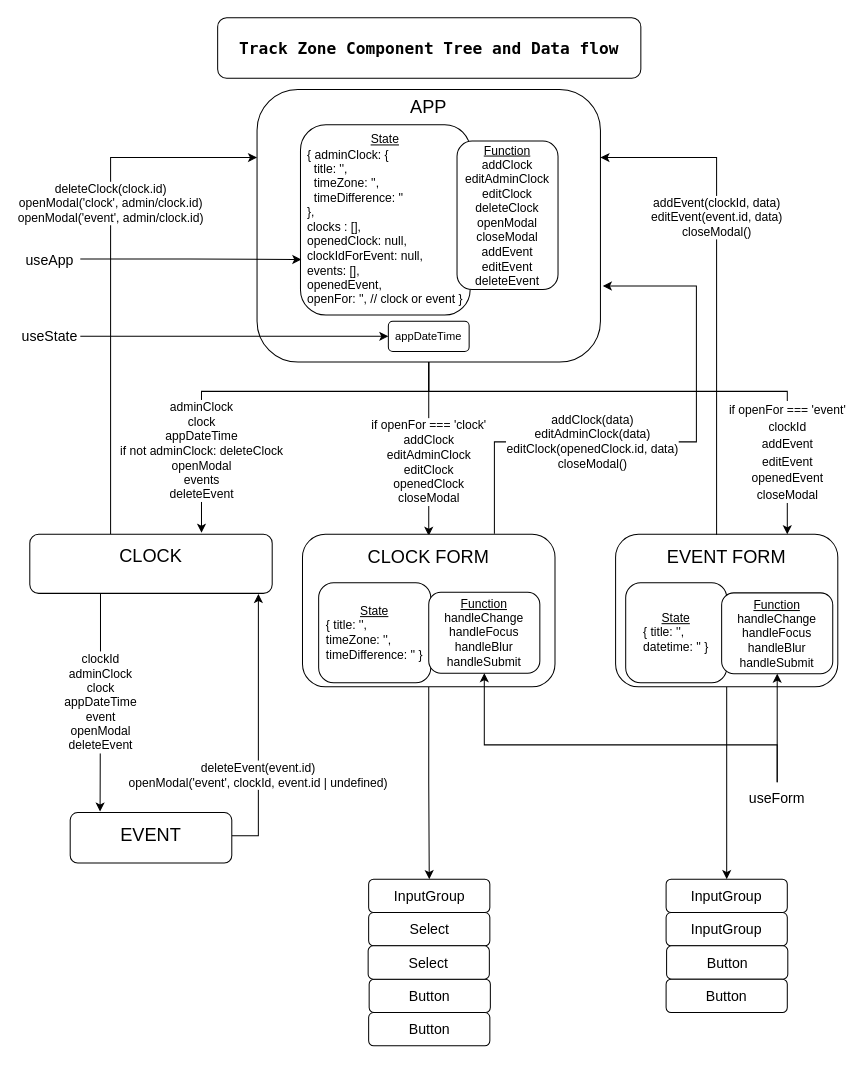
Above: Component Tree and Data Flow.drawio in rislammb/track-zone-test (draw.io), before the change. Source tidied: cells renumbered, new cells numbered last; positions are measured from the earlier drawing's top-left corner, leaving out a move shared by most shapes. Both pictures are drawn from the tidied source at 101%, with x=0, y=0 at pixel (19, 17).
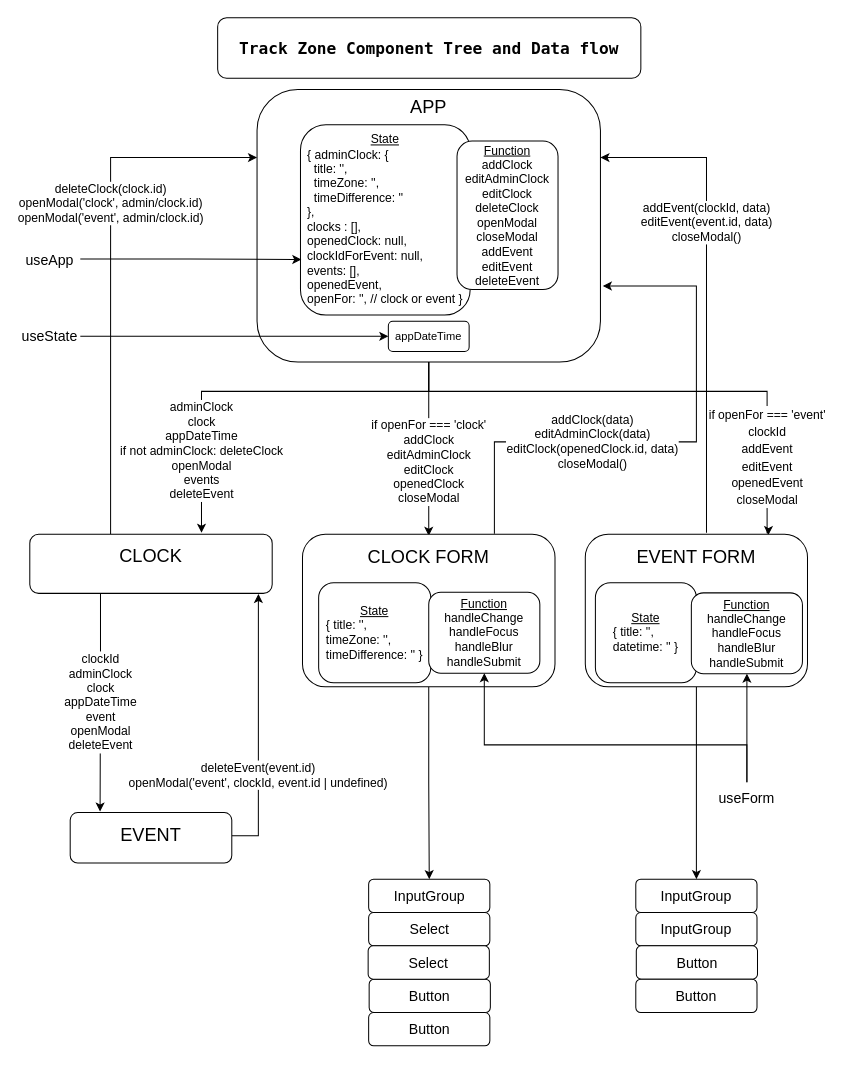
Above is the later version.

Unchanged cells that the change refers to:
```xml
<mxCell id="5" style="rounded=1;whiteSpace=wrap;html=1;" parent="1" vertex="1">
  <mxGeometry x="235" y="71" width="340" height="270" as="geometry" />
</mxCell>
<mxCell id="20" value="&lt;u&gt;Function&lt;/u&gt;&lt;br&gt;handleChange&lt;br&gt;handleFocus&lt;br&gt;handleBlur&lt;br&gt;handleSubmit" style="rounded=1;whiteSpace=wrap;html=1;fontSize=12;" parent="1" vertex="1">
  <mxGeometry x="405" y="569" width="110" height="80" as="geometry" />
</mxCell>
```

What changed in the source:
```diff
@@
-    <mxCell id="4" value="&lt;font style=&quot;font-size: 12px;&quot;&gt;if openFor === 'event'&lt;br style=&quot;border-color: var(--border-color);&quot;&gt;clockId&lt;br&gt;addEvent&lt;br style=&quot;border-color: var(--border-color);&quot;&gt;editEvent&lt;br&gt;openedEvent&lt;br style=&quot;border-color: var(--border-color);&quot;&gt;closeModal&lt;/font&gt;" style="edgeStyle=orthogonalEdgeStyle;rounded=0;jettySize=auto;html=1;fontSize=14;" parent="1" edge="1" source="5" target="29">
+    <mxCell id="4" value="&lt;font style=&quot;font-size: 12px;&quot;&gt;if openFor === 'event'&lt;br style=&quot;border-color: var(--border-color);&quot;&gt;clockId&lt;br&gt;addEvent&lt;br style=&quot;border-color: var(--border-color);&quot;&gt;editEvent&lt;br&gt;openedEvent&lt;br style=&quot;border-color: var(--border-color);&quot;&gt;closeModal&lt;/font&gt;" style="edgeStyle=orthogonalEdgeStyle;rounded=0;jettySize=auto;html=1;fontSize=14;entryX=0.824;entryY=0.005;entryDx=0;entryDy=0;entryPerimeter=0;" parent="1" edge="1" source="5" target="29">
       <mxGeometry x="0.69" relative="1" as="geometry">
         <Array as="points">
           <mxPoint x="405" y="370" />
-          <mxPoint x="760" y="370" />
+          <mxPoint x="740" y="370" />
+          <mxPoint x="740" y="510" />
+          <mxPoint x="741" y="510" />
         </Array>
       </mxGeometry>
     </mxCell>
@@
     <mxCell id="29" style="rounded=1;whiteSpace=wrap;html=1;fontSize=18;" parent="1" vertex="1">
-      <mxGeometry x="590" y="511.5" width="220" height="151" as="geometry" />
+      <mxGeometry x="560" y="511.5" width="220" height="151" as="geometry" />
     </mxCell>
     <mxCell id="30" value="addEvent(clockId, data)&lt;br&gt;editEvent(event.id, data)&lt;br&gt;closeModal()" style="edgeStyle=orthogonalEdgeStyle;rounded=0;jettySize=auto;html=1;entryX=1;entryY=0.25;entryDx=0;entryDy=0;fontSize=12;" parent="1" edge="1" target="5">
       <mxGeometry x="0.29" relative="1" as="geometry">
-        <mxPoint x="690" y="510" as="sourcePoint" />
+        <mxPoint x="680" y="510" as="sourcePoint" />
         <Array as="points">
-          <mxPoint x="690" y="512" />
-          <mxPoint x="690" y="139" />
+          <mxPoint x="680" y="139" />
         </Array>
       </mxGeometry>
     </mxCell>
     <mxCell id="31" value="EVENT FORM" style="text;html=1;strokeColor=none;fillColor=none;align=center;verticalAlign=middle;whiteSpace=wrap;rounded=0;fontSize=18;" parent="1" vertex="1">
-      <mxGeometry x="635" y="521.5" width="130" height="25" as="geometry" />
+      <mxGeometry x="605" y="521.5" width="130" height="25" as="geometry" />
     </mxCell>
     <mxCell id="32" value="&lt;u&gt;State&lt;/u&gt;&lt;br&gt;&lt;div style=&quot;text-align: left;&quot;&gt;&lt;span style=&quot;background-color: initial;&quot;&gt;{ title: '',&lt;/span&gt;&lt;/div&gt;&lt;div style=&quot;text-align: left;&quot;&gt;&lt;span style=&quot;background-color: initial;&quot;&gt;datetime: ''&amp;nbsp;}&lt;/span&gt;&lt;/div&gt;" style="rounded=1;whiteSpace=wrap;html=1;fontSize=12;" parent="1" vertex="1">
-      <mxGeometry x="600" y="559.5" width="100" height="99" as="geometry" />
+      <mxGeometry x="570" y="559.5" width="100" height="99" as="geometry" />
     </mxCell>
     <mxCell id="33" value="&lt;u&gt;Function&lt;/u&gt;&lt;br&gt;handleChange&lt;br&gt;handleFocus&lt;br&gt;handleBlur&lt;br&gt;handleSubmit" style="rounded=1;whiteSpace=wrap;html=1;fontSize=12;" parent="1" vertex="1">
-      <mxGeometry x="695" y="569.5" width="110" height="80" as="geometry" />
+      <mxGeometry x="665" y="569.5" width="110" height="80" as="geometry" />
     </mxCell>
     <mxCell id="34" style="edgeStyle=orthogonalEdgeStyle;rounded=0;jettySize=auto;html=1;entryX=0.5;entryY=1;entryDx=0;entryDy=0;fontSize=12;" parent="1" edge="1" source="35" target="20">
       <mxGeometry relative="1" as="geometry">
         <Array as="points">
-          <mxPoint x="750" y="720" />
+          <mxPoint x="720" y="720" />
           <mxPoint x="460" y="720" />
         </Array>
       </mxGeometry>
     </mxCell>
     <mxCell id="35" value="&lt;font style=&quot;font-size: 14px;&quot;&gt;useForm&lt;/font&gt;" style="text;html=1;strokeColor=none;fillColor=none;align=center;verticalAlign=middle;whiteSpace=wrap;rounded=0;fontSize=18;" parent="1" vertex="1">
-      <mxGeometry x="720" y="757" width="60" height="30" as="geometry" />
+      <mxGeometry x="690" y="757" width="60" height="30" as="geometry" />
     </mxCell>
@@
     <mxCell id="43" value="&lt;font style=&quot;font-size: 14px;&quot;&gt;InputGroup&lt;/font&gt;" style="rounded=1;whiteSpace=wrap;html=1;labelBackgroundColor=none;fontSize=12;" parent="1" vertex="1">
-      <mxGeometry x="640" y="853" width="120" height="33" as="geometry" />
+      <mxGeometry x="610" y="853" width="120" height="33" as="geometry" />
     </mxCell>
     <mxCell id="44" value="&lt;font style=&quot;font-size: 14px;&quot;&gt;InputGroup&lt;/font&gt;" style="rounded=1;whiteSpace=wrap;html=1;labelBackgroundColor=none;fontSize=12;" parent="1" vertex="1">
-      <mxGeometry x="640" y="886" width="120" height="33" as="geometry" />
+      <mxGeometry x="610" y="886" width="120" height="33" as="geometry" />
     </mxCell>
     <mxCell id="45" value="&lt;font style=&quot;font-size: 14px;&quot;&gt;Button&lt;/font&gt;" style="rounded=1;whiteSpace=wrap;html=1;labelBackgroundColor=none;fontSize=12;" parent="1" vertex="1">
-      <mxGeometry x="640.5" y="919" width="120" height="33" as="geometry" />
+      <mxGeometry x="610.5" y="919" width="120" height="33" as="geometry" />
     </mxCell>
     <mxCell id="46" value="&lt;font style=&quot;font-size: 14px;&quot;&gt;Button&lt;/font&gt;" style="rounded=1;whiteSpace=wrap;html=1;labelBackgroundColor=none;fontSize=12;" parent="1" vertex="1">
-      <mxGeometry x="640" y="952" width="120" height="33" as="geometry" />
+      <mxGeometry x="610" y="952" width="120" height="33" as="geometry" />
     </mxCell>
```
